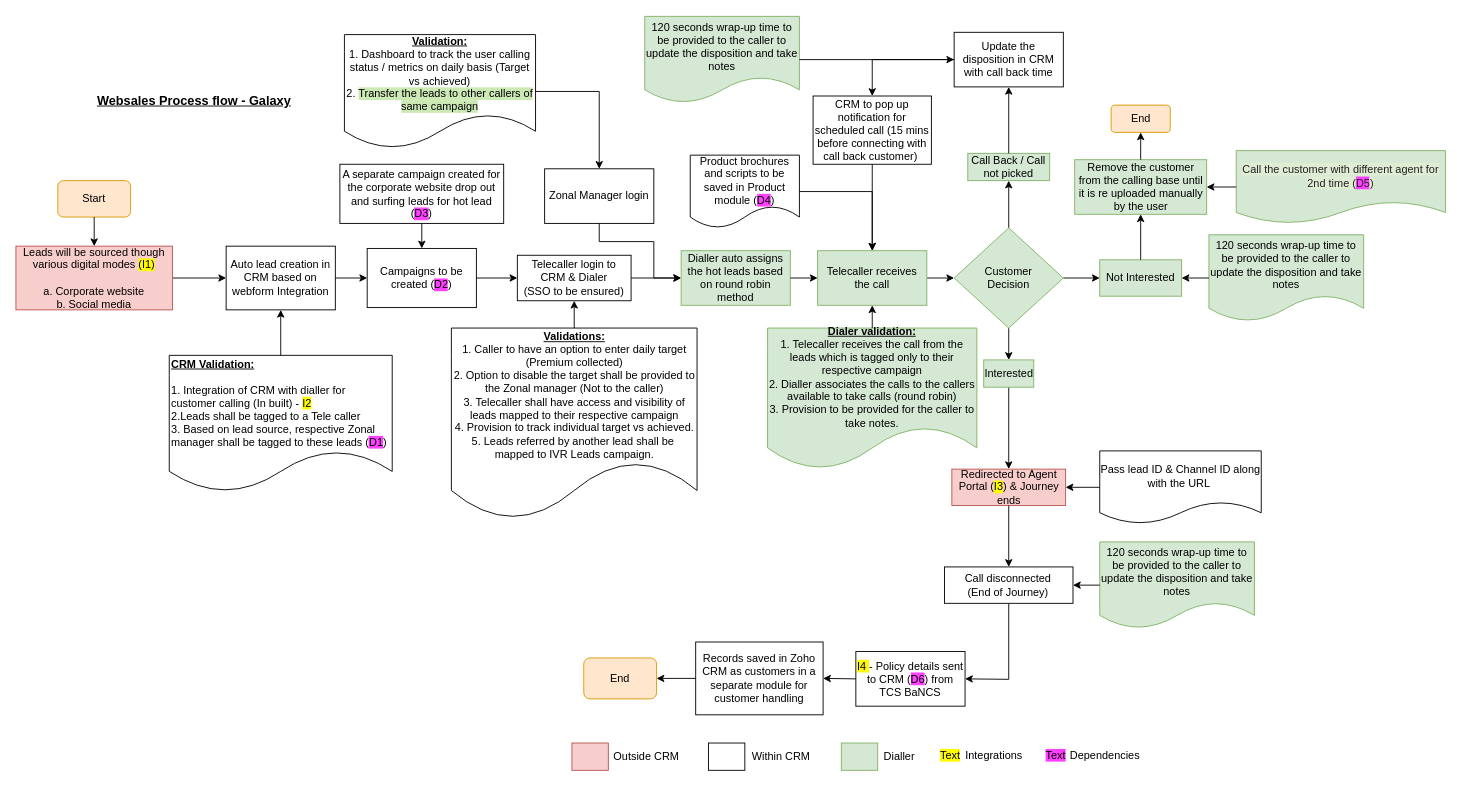
Earlier version of the draw.io diagram Insurance WebSales Process.drawio (shaileshsreedar/Galaxy). Source tidied: cells renumbered, new cells numbered last; positions are measured from the earlier drawing's top-left corner, leaving out a move shared by most shapes. Both pictures are drawn from the tidied source at 91%, with x=0, y=0 at pixel (15, 15).
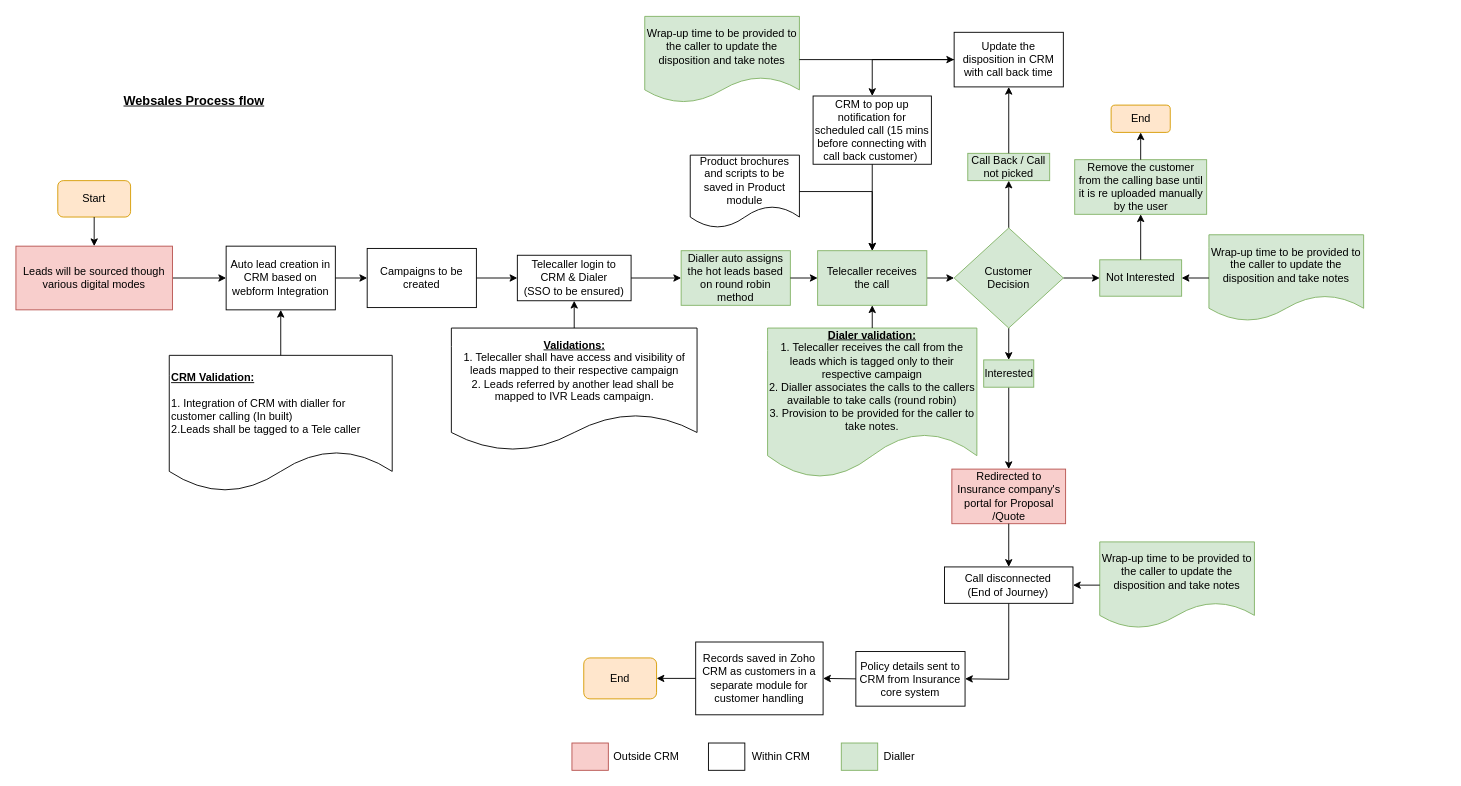
The same diagram, later.

Unchanged cells that the change refers to:
```xml
<mxCell id="23" value="Dialler auto assigns the hot leads based on round robin method" style="rounded=0;whiteSpace=wrap;html=1;fillColor=#d5e8d4;strokeColor=#82b366;" parent="1" vertex="1">
  <mxGeometry x="731" y="258" width="120" height="60" as="geometry" />
</mxCell>
<mxCell id="31" value="Remove the customer from the calling base until it is re uploaded manually by the user" style="rounded=0;whiteSpace=wrap;html=1;fillColor=#d5e8d4;strokeColor=#82b366;" parent="1" vertex="1">
  <mxGeometry x="1163.5" y="158" width="145" height="60" as="geometry" />
</mxCell>
```

The edit, as a diff of the source:
```diff
@@
-    <mxCell id="14" value="Redirected to Agent Portal (&lt;span style=&quot;background-color: rgb(255, 251, 0);&quot;&gt;I3&lt;/span&gt;) &amp;amp; Journey ends" style="whiteSpace=wrap;html=1;fillColor=#f8cecc;strokeColor=#b85450;" parent="1" vertex="1">
-      <mxGeometry x="1028.5" y="498" width="125" height="40" as="geometry" />
+    <mxCell id="14" value="Redirected to Insurance company's portal for Proposal /Quote" style="whiteSpace=wrap;html=1;fillColor=#f8cecc;strokeColor=#b85450;" parent="1" vertex="1">
+      <mxGeometry x="1028.5" y="498" width="125" height="60" as="geometry" />
     </mxCell>
-    <mxCell id="15" value="&lt;span style=&quot;background-color: rgb(255, 251, 0);&quot;&gt;I4&amp;nbsp;&lt;/span&gt;- Policy details sent to CRM (&lt;span style=&quot;background-color: rgb(255, 64, 255);&quot;&gt;D6&lt;/span&gt;) from TCS BaNCS" style="whiteSpace=wrap;html=1;" parent="1" vertex="1">
+    <mxCell id="15" value="Policy details sent to CRM from Insurance core system" style="whiteSpace=wrap;html=1;" parent="1" vertex="1">
       <mxGeometry x="923" y="698.5" width="120" height="60" as="geometry" />
     </mxCell>
@@
-    <mxCell id="20" value="Leads will be sourced though various digital modes&amp;nbsp;&lt;span style=&quot;background-color: rgb(255, 251, 0);&quot;&gt;(I1)&lt;/span&gt;&lt;div&gt;&lt;span style=&quot;background-color: rgb(255, 251, 0);&quot;&gt;&lt;br&gt;&lt;/span&gt;&lt;/div&gt;&lt;div&gt;a. Corporate website&lt;span style=&quot;background-color: rgb(255, 251, 0);&quot;&gt;&lt;br&gt;&lt;/span&gt;&lt;/div&gt;&lt;div&gt;b. Social media&lt;/div&gt;" style="rounded=0;whiteSpace=wrap;html=1;fillColor=#f8cecc;strokeColor=#b85450;" parent="1" vertex="1">
+    <mxCell id="20" value="Leads will be sourced though various digital modes" style="rounded=0;whiteSpace=wrap;html=1;fillColor=#f8cecc;strokeColor=#b85450;" parent="1" vertex="1">
       <mxGeometry y="253" width="172" height="70" as="geometry" />
     </mxCell>
@@
-    <mxCell id="22" value="&lt;b&gt;&lt;u&gt;CRM Validation:&lt;/u&gt;&lt;/b&gt;&lt;div&gt;&lt;b&gt;&lt;u&gt;&lt;br&gt;&lt;/u&gt;&lt;/b&gt;&lt;div&gt;1. Integration of CRM with dialler for customer calling (In built) - &lt;span style=&quot;background-color: rgb(255, 251, 0);&quot;&gt;I2&lt;/span&gt;&lt;/div&gt;&lt;div&gt;2.Leads shall be tagged to a Tele caller&lt;/div&gt;&lt;/div&gt;&lt;div&gt;3. Based on lead source, respective Zonal manager shall be tagged to these leads (&lt;span style=&quot;background-color: rgb(255, 64, 255);&quot;&gt;D1&lt;/span&gt;)&lt;/div&gt;" style="shape=document;whiteSpace=wrap;html=1;boundedLbl=1;align=left;" parent="1" vertex="1">
+    <mxCell id="22" value="&lt;b&gt;&lt;u&gt;CRM Validation:&lt;/u&gt;&lt;/b&gt;&lt;div&gt;&lt;b&gt;&lt;u&gt;&lt;br&gt;&lt;/u&gt;&lt;/b&gt;&lt;div&gt;1. Integration of CRM with dialler for customer calling (In built)&lt;/div&gt;&lt;div&gt;2.Leads shall be tagged to a Tele caller&lt;/div&gt;&lt;/div&gt;" style="shape=document;whiteSpace=wrap;html=1;boundedLbl=1;align=left;" parent="1" vertex="1">
       <mxGeometry x="168.5" y="373" width="245" height="150" as="geometry" />
     </mxCell>
@@
     <mxCell id="25" value="&lt;u&gt;&lt;b&gt;Dialer validation:&lt;/b&gt;&lt;/u&gt;&lt;div&gt;1. Telecaller receives the call from the leads which is tagged only to their respective campaign&lt;/div&gt;&lt;div&gt;2. Dialler associates the calls to the callers available to take calls (round robin)&lt;/div&gt;&lt;div&gt;3. Provision to be provided for the caller to take notes.&lt;/div&gt;" style="shape=document;whiteSpace=wrap;html=1;boundedLbl=1;fillColor=#d5e8d4;strokeColor=#82b366;" parent="1" vertex="1">
-      <mxGeometry x="826" y="343" width="230" height="155" as="geometry" />
+      <mxGeometry x="826" y="343" width="230" height="165" as="geometry" />
     </mxCell>
@@
-    <mxCell id="33" value="&lt;span style=&quot;font-family: inherit; background-color: rgb(224, 237, 212); caret-color: rgb(34, 34, 34); color: rgb(34, 34, 34); letter-spacing: 0.01px; text-align: left;&quot;&gt;Call the customer with different agent for 2nd time (&lt;/span&gt;&lt;span style=&quot;font-family: inherit; caret-color: rgb(34, 34, 34); color: rgb(34, 34, 34); letter-spacing: 0.01px; text-align: left; background-color: rgb(255, 64, 255);&quot;&gt;D5&lt;/span&gt;&lt;span style=&quot;font-family: inherit; background-color: rgb(224, 237, 212); caret-color: rgb(34, 34, 34); color: rgb(34, 34, 34); letter-spacing: 0.01px; text-align: left;&quot;&gt;)&lt;/span&gt;" style="shape=document;whiteSpace=wrap;html=1;boundedLbl=1;fillColor=#d5e8d4;strokeColor=#82b366;" parent="1" vertex="1">
-      <mxGeometry x="1341" y="148" width="230" height="80" as="geometry" />
-    </mxCell>
-    <mxCell id="34" style="endArrow=classic;html=1;rounded=0;exitX=0;exitY=0.5;exitDx=0;exitDy=0;entryX=1;entryY=0.5;entryDx=0;entryDy=0;" parent="1" edge="1" source="33" target="31">
-      <mxGeometry relative="1" as="geometry" />
-    </mxCell>
@@
-    <mxCell id="37" value="120 seconds wrap-up time to be provided to the caller to update the disposition and take notes" style="shape=document;whiteSpace=wrap;html=1;boundedLbl=1;fillColor=#d5e8d4;strokeColor=#82b366;" parent="1" vertex="1">
+    <mxCell id="37" value="Wrap-up time to be provided to the caller to update the disposition and take notes" style="shape=document;whiteSpace=wrap;html=1;boundedLbl=1;fillColor=#d5e8d4;strokeColor=#82b366;" parent="1" vertex="1">
       <mxGeometry x="1311" y="240.5" width="170" height="95" as="geometry" />
     </mxCell>
@@
-    <mxCell id="39" value="120 seconds wrap-up time to be provided to the caller to update the disposition and take notes" style="shape=document;whiteSpace=wrap;html=1;boundedLbl=1;fillColor=#d5e8d4;strokeColor=#82b366;" parent="1" vertex="1">
+    <mxCell id="39" value="Wrap-up time to be provided to the caller to update the disposition and take notes" style="shape=document;whiteSpace=wrap;html=1;boundedLbl=1;fillColor=#d5e8d4;strokeColor=#82b366;" parent="1" vertex="1">
       <mxGeometry x="691" y="0.5" width="170" height="95" as="geometry" />
     </mxCell>
@@
-    <mxCell id="41" value="Pass lead ID &amp;amp; Channel ID along with the URL&amp;nbsp;" style="shape=document;whiteSpace=wrap;html=1;boundedLbl=1;" parent="1" vertex="1">
-      <mxGeometry x="1191" y="478" width="177.5" height="80" as="geometry" />
-    </mxCell>
-    <mxCell id="42" style="endArrow=classic;html=1;rounded=0;exitX=0;exitY=0.5;exitDx=0;exitDy=0;entryX=1;entryY=0.5;entryDx=0;entryDy=0;" parent="1" edge="1" source="41" target="14">
-      <mxGeometry relative="1" as="geometry" />
-    </mxCell>
@@
-    <mxCell id="46" value="Product brochures and scripts to be saved in Product module (&lt;span style=&quot;background-color: rgb(255, 64, 255);&quot;&gt;D4&lt;/span&gt;)" style="shape=document;whiteSpace=wrap;html=1;boundedLbl=1;" parent="1" vertex="1">
+    <mxCell id="46" value="Product brochures and scripts to be saved in Product module" style="shape=document;whiteSpace=wrap;html=1;boundedLbl=1;" parent="1" vertex="1">
       <mxGeometry x="741" y="153" width="120" height="80" as="geometry" />
     </mxCell>
@@
-    <mxCell id="48" value="&lt;b&gt;&lt;u&gt;Validations:&lt;/u&gt;&lt;/b&gt;&lt;div&gt;1. Caller to have an option to enter daily target (Premium collected)&lt;/div&gt;&lt;div&gt;2. Option to disable the target shall be provided to the Zonal manager (Not to the caller)&lt;/div&gt;&lt;div&gt;3. Telecaller shall have access and visibility of leads mapped to their respective campaign&lt;/div&gt;&lt;div&gt;4. Provision to track individual target vs achieved.&lt;/div&gt;&lt;div&gt;&lt;div&gt;&lt;span style=&quot;white-space: pre;&quot;&gt;5. Leads referred by another &lt;/span&gt;&lt;span style=&quot;white-space: pre;&quot;&gt;lead&amp;nbsp;&lt;/span&gt;&lt;span style=&quot;white-space: pre;&quot;&gt;shall be&amp;nbsp;&lt;/span&gt;&lt;/div&gt;&lt;div&gt;&lt;span style=&quot;white-space: pre;&quot;&gt;mapped to IVR &lt;/span&gt;&lt;span style=&quot;white-space: pre;&quot;&gt;Leads &lt;/span&gt;&lt;span style=&quot;white-space: pre;&quot;&gt;campaign.&lt;/span&gt;&lt;/div&gt;&lt;/div&gt;" style="shape=document;whiteSpace=wrap;html=1;boundedLbl=1;" parent="1" vertex="1">
-      <mxGeometry x="478.5" y="343" width="270" height="210" as="geometry" />
+    <mxCell id="48" value="&lt;b&gt;&lt;u&gt;Validations:&lt;/u&gt;&lt;/b&gt;&lt;div&gt;&lt;span style=&quot;background-color: transparent; color: light-dark(rgb(0, 0, 0), rgb(255, 255, 255));&quot;&gt;1. Telecaller shall have access and visibility of leads mapped to their respective campaign&lt;/span&gt;&lt;/div&gt;&lt;div&gt;&lt;div&gt;&lt;span style=&quot;white-space: pre;&quot;&gt;2. Leads referred by another &lt;/span&gt;&lt;span style=&quot;white-space: pre;&quot;&gt;lead&amp;nbsp;&lt;/span&gt;&lt;span style=&quot;white-space: pre;&quot;&gt;shall be&amp;nbsp;&lt;/span&gt;&lt;/div&gt;&lt;div&gt;&lt;span style=&quot;white-space: pre;&quot;&gt;mapped to IVR &lt;/span&gt;&lt;span style=&quot;white-space: pre;&quot;&gt;Leads &lt;/span&gt;&lt;span style=&quot;white-space: pre;&quot;&gt;campaign.&lt;/span&gt;&lt;/div&gt;&lt;/div&gt;" style="shape=document;whiteSpace=wrap;html=1;boundedLbl=1;" parent="1" vertex="1">
+      <mxGeometry x="478.5" y="343" width="270" height="135" as="geometry" />
     </mxCell>
@@
-    <mxCell id="53" value="Zonal Manager login" style="rounded=0;whiteSpace=wrap;html=1;" parent="1" vertex="1">
-      <mxGeometry x="581" y="168" width="120" height="60" as="geometry" />
-    </mxCell>
-    <mxCell id="54" value="&lt;b&gt;&lt;u&gt;Validation:&lt;/u&gt;&lt;/b&gt;&lt;div&gt;1. Dashboard to track the user calling status / metrics on daily basis (Target vs achieved)&lt;div&gt;2. &lt;span style=&quot;background-color: rgb(204, 232, 181);&quot;&gt;Transfer&amp;nbsp;the leads to other callers of same campaign&lt;/span&gt;&lt;/div&gt;&lt;/div&gt;" style="shape=document;whiteSpace=wrap;html=1;boundedLbl=1;" parent="1" vertex="1">
-      <mxGeometry x="361" y="20.5" width="210" height="125" as="geometry" />
-    </mxCell>
-    <mxCell id="55" style="endArrow=classic;html=1;rounded=0;exitX=1;exitY=0.5;exitDx=0;exitDy=0;entryX=0.5;entryY=0;entryDx=0;entryDy=0;" parent="1" edge="1" source="54" target="53">
-      <mxGeometry relative="1" as="geometry">
-        <Array as="points">
-          <mxPoint x="641" y="83" />
-        </Array>
-      </mxGeometry>
-    </mxCell>
-    <mxCell id="56" value="Websales Process flow - Galaxy" style="text;html=1;align=center;verticalAlign=middle;whiteSpace=wrap;rounded=0;fontSize=14;fontStyle=5;" parent="1" vertex="1">
+    <mxCell id="56" value="Websales Process flow" style="text;html=1;align=center;verticalAlign=middle;whiteSpace=wrap;rounded=0;fontSize=14;fontStyle=5;" parent="1" vertex="1">
       <mxGeometry x="71" y="78" width="250" height="30" as="geometry" />
     </mxCell>
@@
-    <mxCell id="63" value="&lt;span style=&quot;background-color: rgb(255, 251, 0);&quot;&gt;Text&lt;/span&gt;" style="text;html=1;align=center;verticalAlign=middle;whiteSpace=wrap;rounded=0;" parent="1" vertex="1">
-      <mxGeometry x="997" y="798" width="60" height="30" as="geometry" />
-    </mxCell>
-    <mxCell id="64" value="Integrations" style="text;html=1;align=center;verticalAlign=middle;whiteSpace=wrap;rounded=0;" parent="1" vertex="1">
-      <mxGeometry x="1030" y="798" width="90" height="30" as="geometry" />
-    </mxCell>
-    <mxCell id="65" value="&lt;span style=&quot;background-color: rgb(255, 64, 255);&quot;&gt;Text&lt;/span&gt;" style="text;html=1;align=center;verticalAlign=middle;whiteSpace=wrap;rounded=0;" parent="1" vertex="1">
-      <mxGeometry x="1113" y="798" width="60" height="30" as="geometry" />
-    </mxCell>
-    <mxCell id="66" value="Dependencies" style="text;html=1;align=center;verticalAlign=middle;whiteSpace=wrap;rounded=0;" parent="1" vertex="1">
-      <mxGeometry x="1152" y="798" width="90" height="30" as="geometry" />
-    </mxCell>
@@
-    <mxCell id="68" value="120 seconds wrap-up time to be provided to the caller to update the disposition and take notes" style="shape=document;whiteSpace=wrap;html=1;boundedLbl=1;fillColor=#d5e8d4;strokeColor=#82b366;" parent="1" vertex="1">
+    <mxCell id="68" value="Wrap-up time to be provided to the caller to update the disposition and take notes" style="shape=document;whiteSpace=wrap;html=1;boundedLbl=1;fillColor=#d5e8d4;strokeColor=#82b366;" parent="1" vertex="1">
       <mxGeometry x="1191" y="578" width="170" height="95" as="geometry" />
     </mxCell>
@@
-    <mxCell id="70" value="Campaigns to be created (&lt;span style=&quot;background-color: rgb(255, 64, 255);&quot;&gt;D2&lt;/span&gt;)" style="rounded=0;whiteSpace=wrap;html=1;" parent="1" vertex="1">
+    <mxCell id="70" value="Campaigns to be created" style="rounded=0;whiteSpace=wrap;html=1;" parent="1" vertex="1">
       <mxGeometry x="386" y="255.5" width="120" height="65" as="geometry" />
     </mxCell>
-    <mxCell id="71" value="A separate campaign created for the corporate website drop out and surfing leads for hot lead (&lt;span style=&quot;background-color: rgb(255, 64, 255);&quot;&gt;D3&lt;/span&gt;)" style="rounded=0;whiteSpace=wrap;html=1;" parent="1" vertex="1">
-      <mxGeometry x="356" y="163" width="180" height="65" as="geometry" />
-    </mxCell>
@@
-    <mxCell id="73" style="endArrow=classic;html=1;rounded=0;exitX=0.5;exitY=1;exitDx=0;exitDy=0;entryX=0.5;entryY=0;entryDx=0;entryDy=0;" parent="1" edge="1" source="71" target="70">
-      <mxGeometry relative="1" as="geometry" />
-    </mxCell>
@@
-    <mxCell id="76" style="endArrow=classic;html=1;rounded=0;exitX=0.5;exitY=1;exitDx=0;exitDy=0;entryX=0;entryY=0.5;entryDx=0;entryDy=0;" parent="1" edge="1" source="53" target="23">
-      <mxGeometry relative="1" as="geometry">
-        <Array as="points">
-          <mxPoint x="641" y="248" />
-          <mxPoint x="701" y="248" />
-          <mxPoint x="701" y="288" />
-        </Array>
-      </mxGeometry>
-    </mxCell>
```
